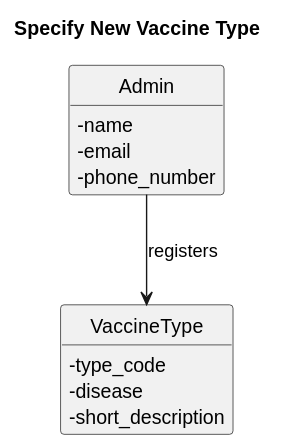
Parafita123/leti-esoft-25-26-B1 keeps this PlantUML diagram as docs/Sprint2/US10/svg/US10-MD.svg. Above is the earlier version.
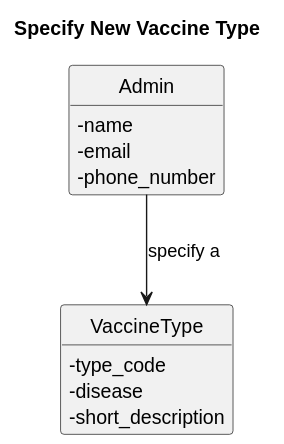
After the commit.

Commit message:
Revisão Final, alteração do código da US10 para coincidir com o Diagrama de Sequência.

Diff of the diagram source:
```diff
@@ -17,5 +17,5 @@
        - short_description
   }
 
-Admin --> VaccineType: registers
+Admin --> VaccineType: specify a
 @enduml
```
